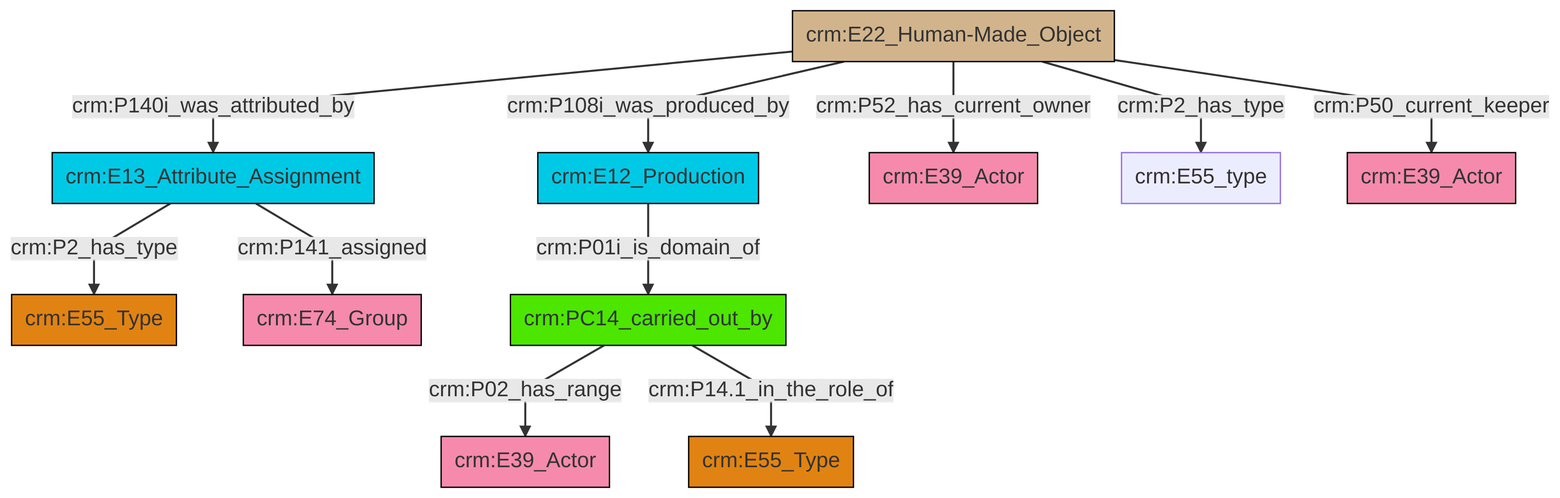
Above: et/artworkCSV/ttl/mmd/png/Artwork_Actor_Relations.png in swiss-art-research-net/docs.swissartresearch (Mermaid), before the change. Its source is kept beside it as et/artworkCSV/ttl/mmd/Artwork_Actor_Relations.ttl.mmd.
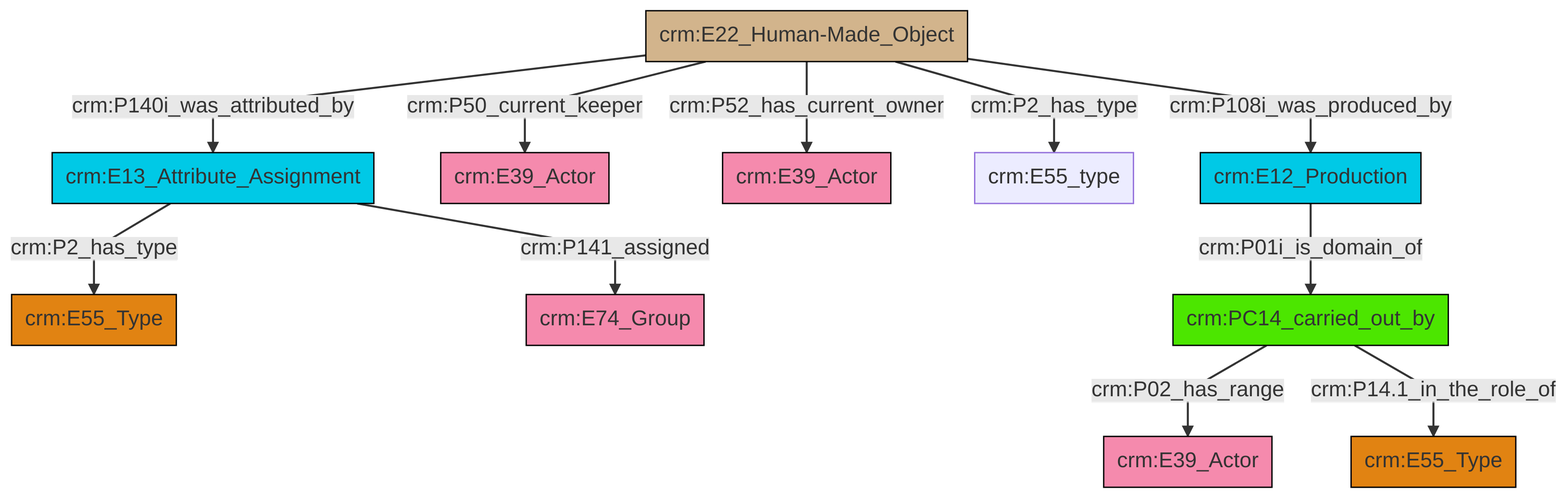
The same file after the commit.

Diff of the diagram source:
```diff
@@ -13,13 +13,13 @@
 classDef PC_Classes fill:#4ce600, stroke:#000000;
 classDef Multi fill:#cccccc,stroke:#000000;
 
-2["crm:E13_Attribute_Assignment"]:::Temporal_Entity -->|crm:P141_assigned| 3["crm:E74_Group"]:::Actor
-4["crm:E22_Human-Made_Object"]:::Physical_Thing -->|crm:P108i_was_produced_by| 5["crm:E12_Production"]:::Temporal_Entity
-6["crm:PC14_carried_out_by"]:::PC_Classes -->|crm:P02_has_range| 7["crm:E39_Actor"]:::Actor
-4["crm:E22_Human-Made_Object"]:::Physical_Thing -->|crm:P52_has_current_owner| 10["crm:E39_Actor"]:::Actor
-6["crm:PC14_carried_out_by"]:::PC_Classes -->|crm:P14.1_in_the_role_of| 15["crm:E55_Type"]:::Type
-4["crm:E22_Human-Made_Object"]:::Physical_Thing -->|crm:P50_current_keeper| 19["crm:E39_Actor"]:::Actor
-2["crm:E13_Attribute_Assignment"]:::Temporal_Entity -->|crm:P2_has_type| 0["crm:E55_Type"]:::Type
-5["crm:E12_Production"]:::Temporal_Entity -->|crm:P01i_is_domain_of| 6["crm:PC14_carried_out_by"]:::PC_Classes
-4["crm:E22_Human-Made_Object"]:::Physical_Thing -->|crm:P140i_was_attributed_by| 2["crm:E13_Attribute_Assignment"]:::Temporal_Entity
-4["crm:E22_Human-Made_Object"]:::Physical_Thing -->|crm:P2_has_type| 17["crm:E55_type"]:::Default
+0["crm:E22_Human-Made_Object"]:::Physical_Thing -->|crm:P140i_was_attributed_by| 1["crm:E13_Attribute_Assignment"]:::Temporal_Entity
+1["crm:E13_Attribute_Assignment"]:::Temporal_Entity -->|crm:P2_has_type| 2["crm:E55_Type"]:::Type
+0["crm:E22_Human-Made_Object"]:::Physical_Thing -->|crm:P2_has_type| 12["crm:E55_type"]:::Default
+17["crm:PC14_carried_out_by"]:::PC_Classes -->|crm:P02_has_range| 18["crm:E39_Actor"]:::Actor
+1["crm:E13_Attribute_Assignment"]:::Temporal_Entity -->|crm:P141_assigned| 15["crm:E74_Group"]:::Actor
+0["crm:E22_Human-Made_Object"]:::Physical_Thing -->|crm:P52_has_current_owner| 10["crm:E39_Actor"]:::Actor
+0["crm:E22_Human-Made_Object"]:::Physical_Thing -->|crm:P108i_was_produced_by| 13["crm:E12_Production"]:::Temporal_Entity
+17["crm:PC14_carried_out_by"]:::PC_Classes -->|crm:P14.1_in_the_role_of| 5["crm:E55_Type"]:::Type
+0["crm:E22_Human-Made_Object"]:::Physical_Thing -->|crm:P50_current_keeper| 8["crm:E39_Actor"]:::Actor
+13["crm:E12_Production"]:::Temporal_Entity -->|crm:P01i_is_domain_of| 17["crm:PC14_carried_out_by"]:::PC_Classes
```
